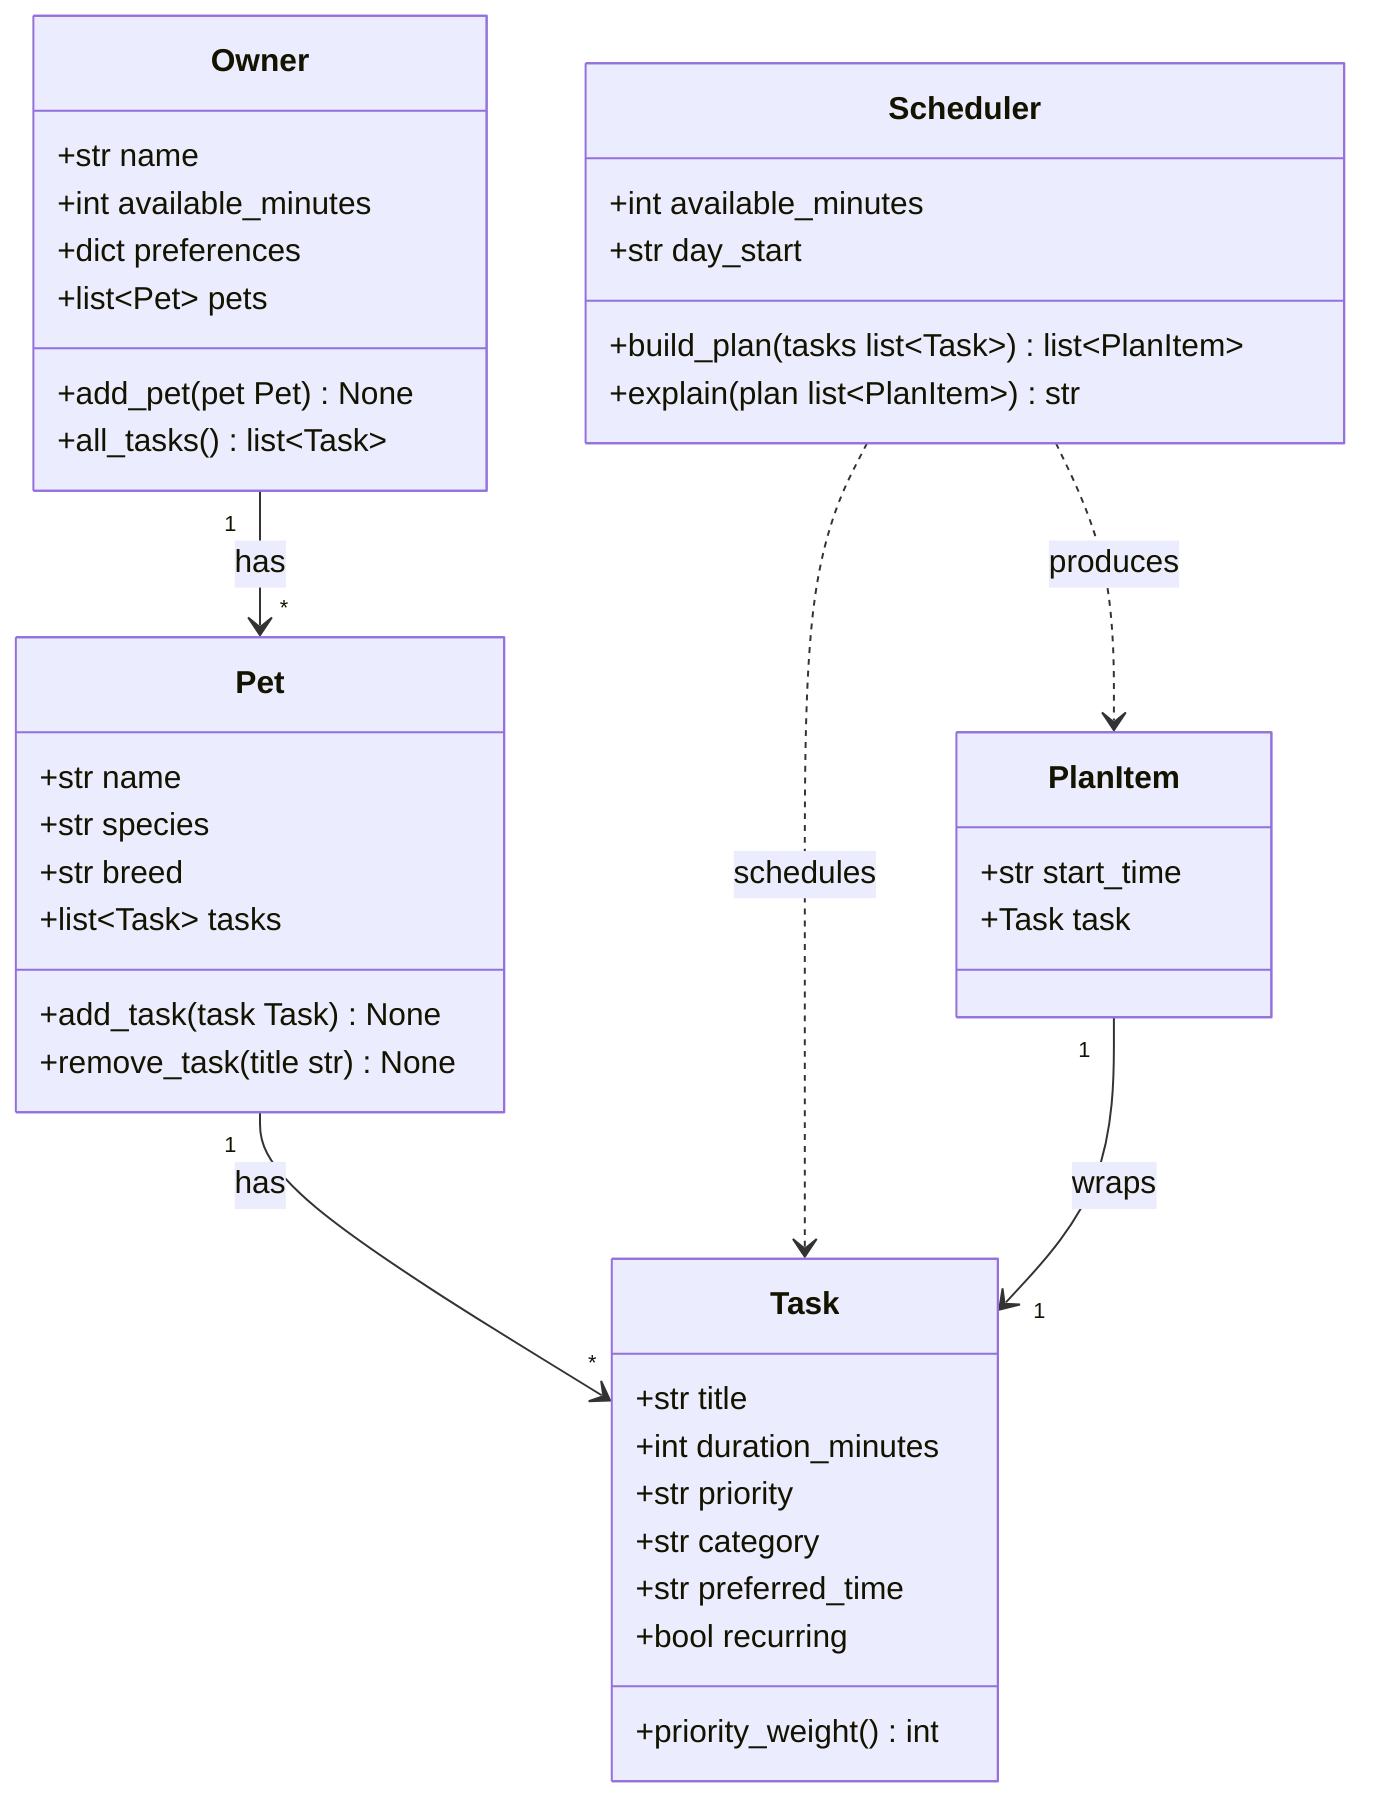
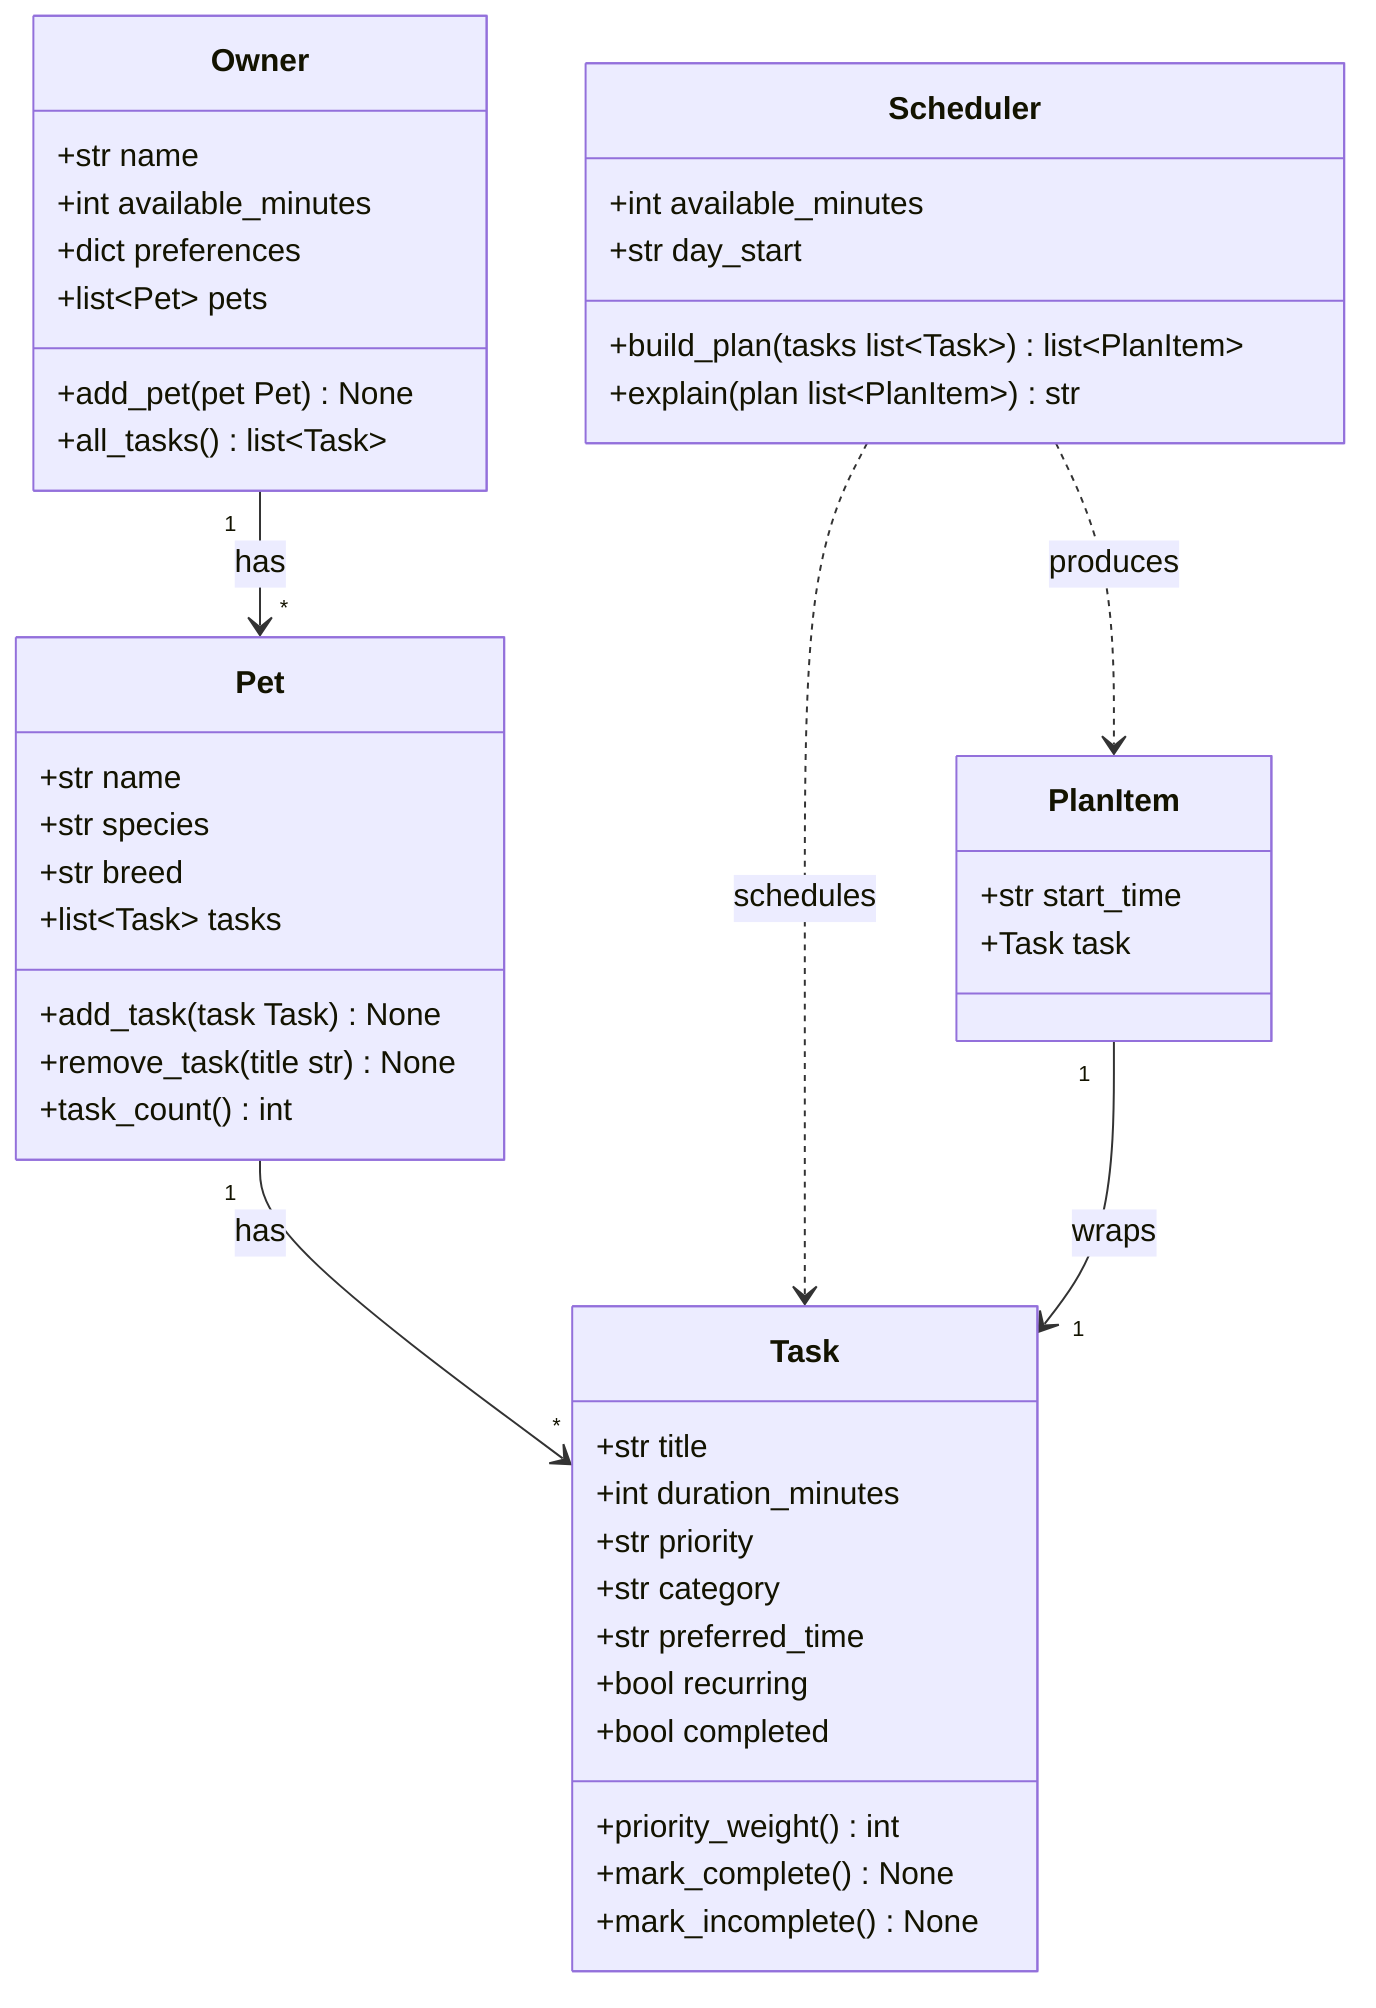
classDiagram
    %% PawPal+ system design (Phase 1 draft).
    %% Keep this file updated so it matches the final implementation.

    class Owner {
        +str name
        +int available_minutes
        +dict preferences
        +list~Pet~ pets
        +add_pet(pet Pet) None
        +all_tasks() list~Task~
    }

    class Pet {
        +str name
        +str species
        +str breed
        +list~Task~ tasks
        +add_task(task Task) None
        +remove_task(title str) None
+         +task_count() int
    }

    class Task {
        +str title
        +int duration_minutes
        +str priority
        +str category
        +str preferred_time
        +bool recurring
+         +bool completed
        +priority_weight() int
+         +mark_complete() None
+         +mark_incomplete() None
    }

    class Scheduler {
        +int available_minutes
        +str day_start
        +build_plan(tasks list~Task~) list~PlanItem~
        +explain(plan list~PlanItem~) str
    }

    class PlanItem {
        +str start_time
        +Task task
    }

    Owner "1" --> "*" Pet : has
    Pet "1" --> "*" Task : has
    Scheduler ..> Task : schedules
    Scheduler ..> PlanItem : produces
    PlanItem "1" --> "1" Task : wraps
